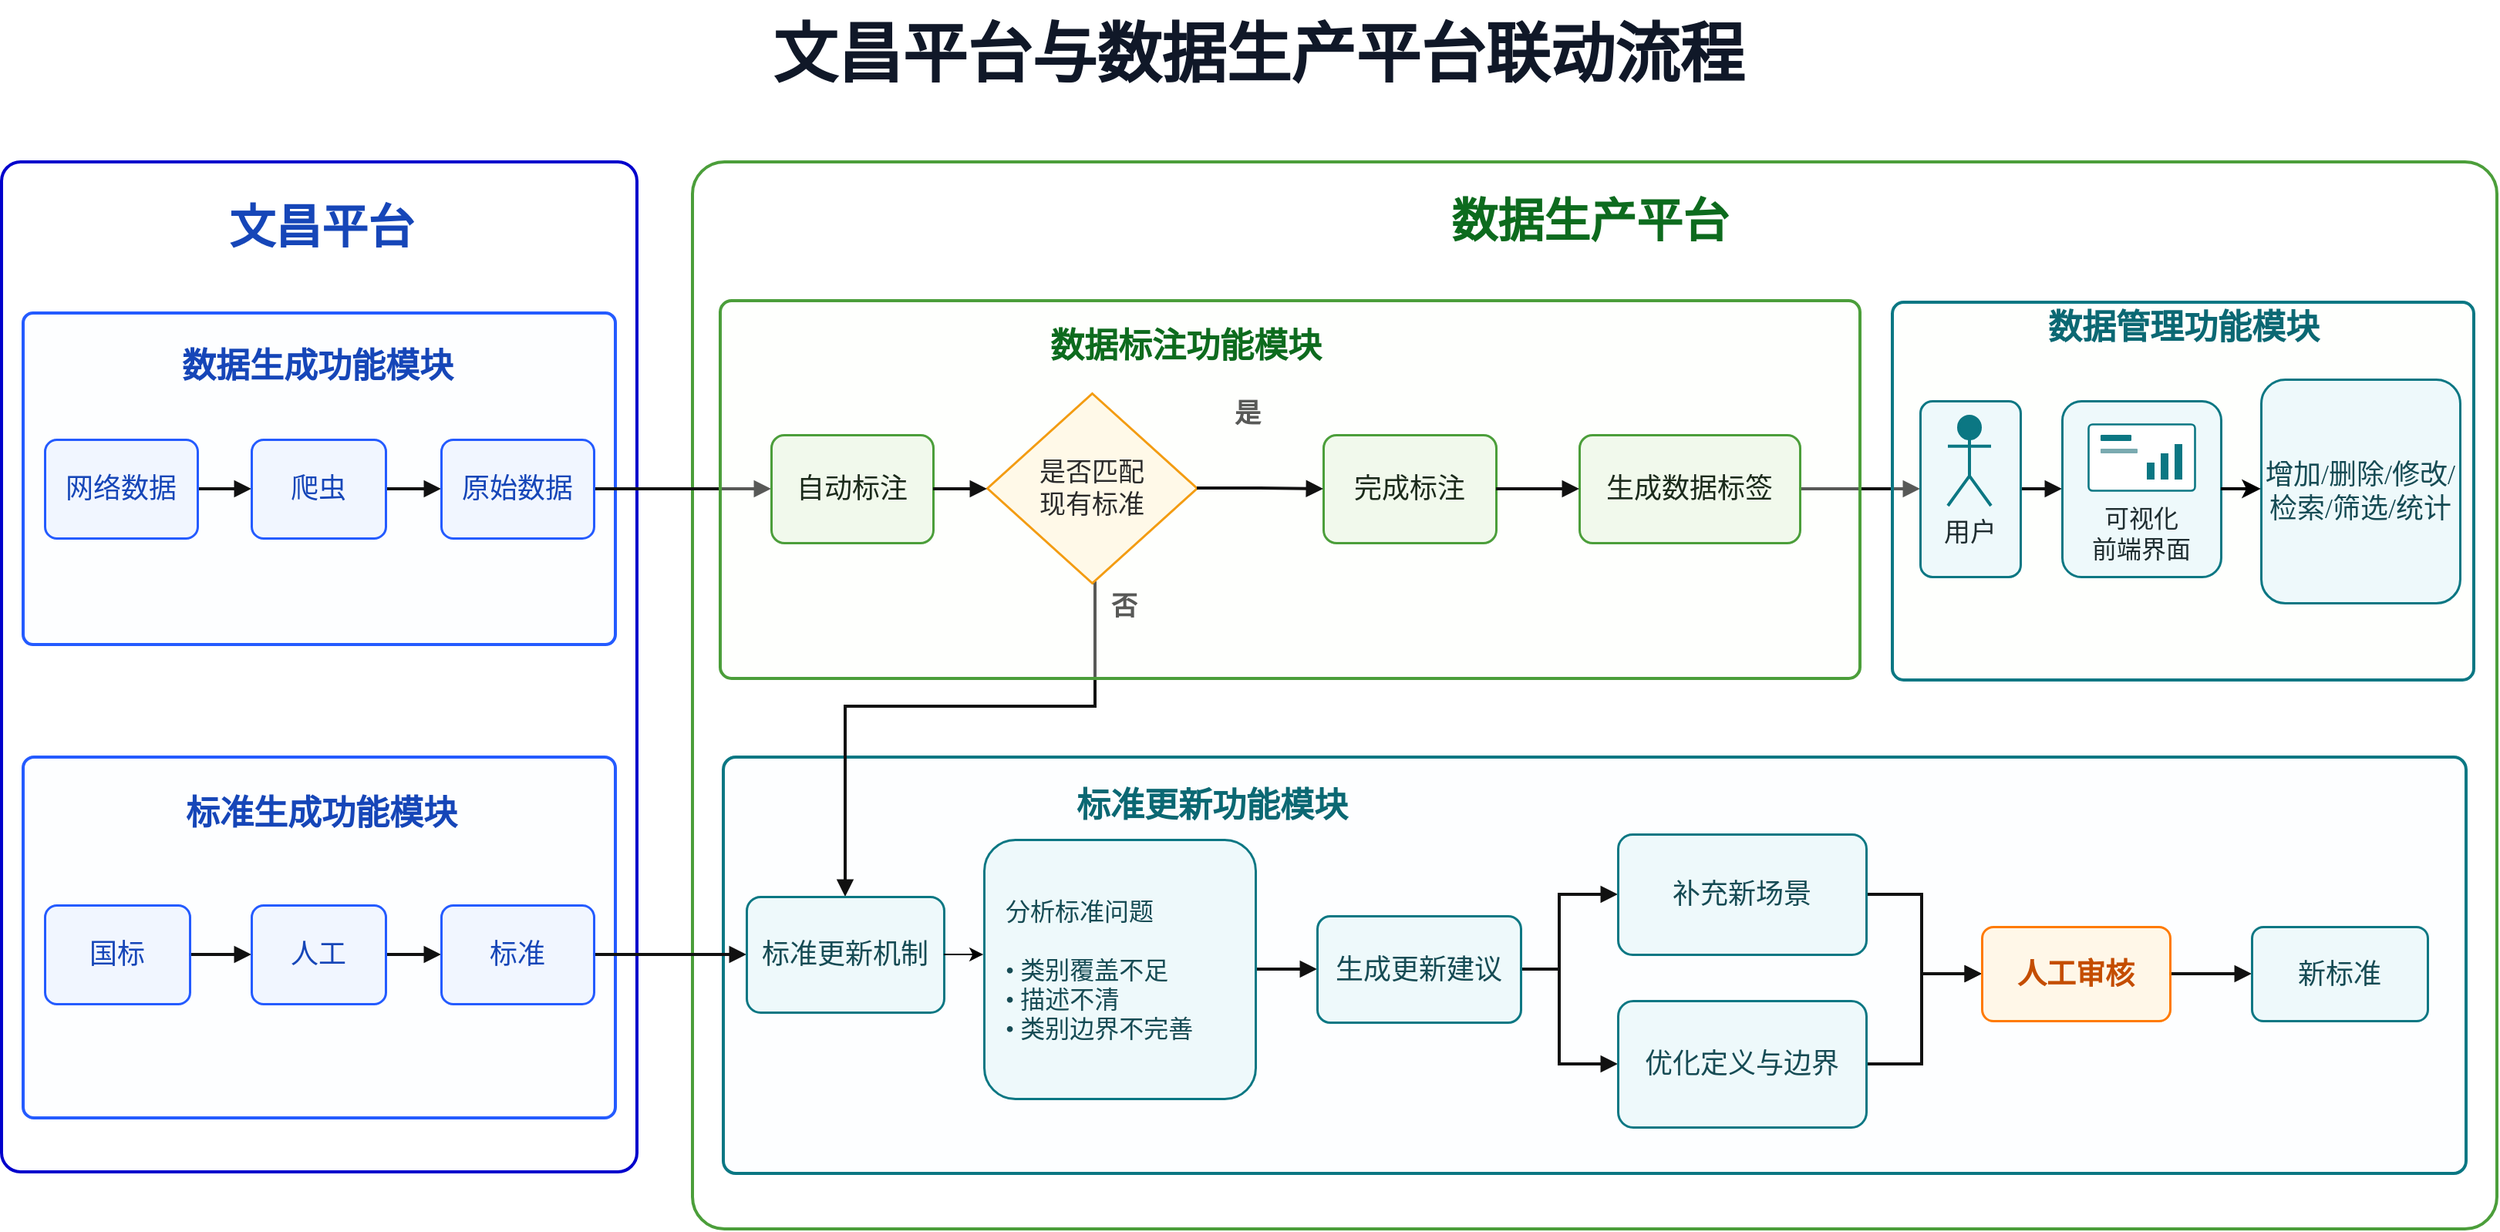
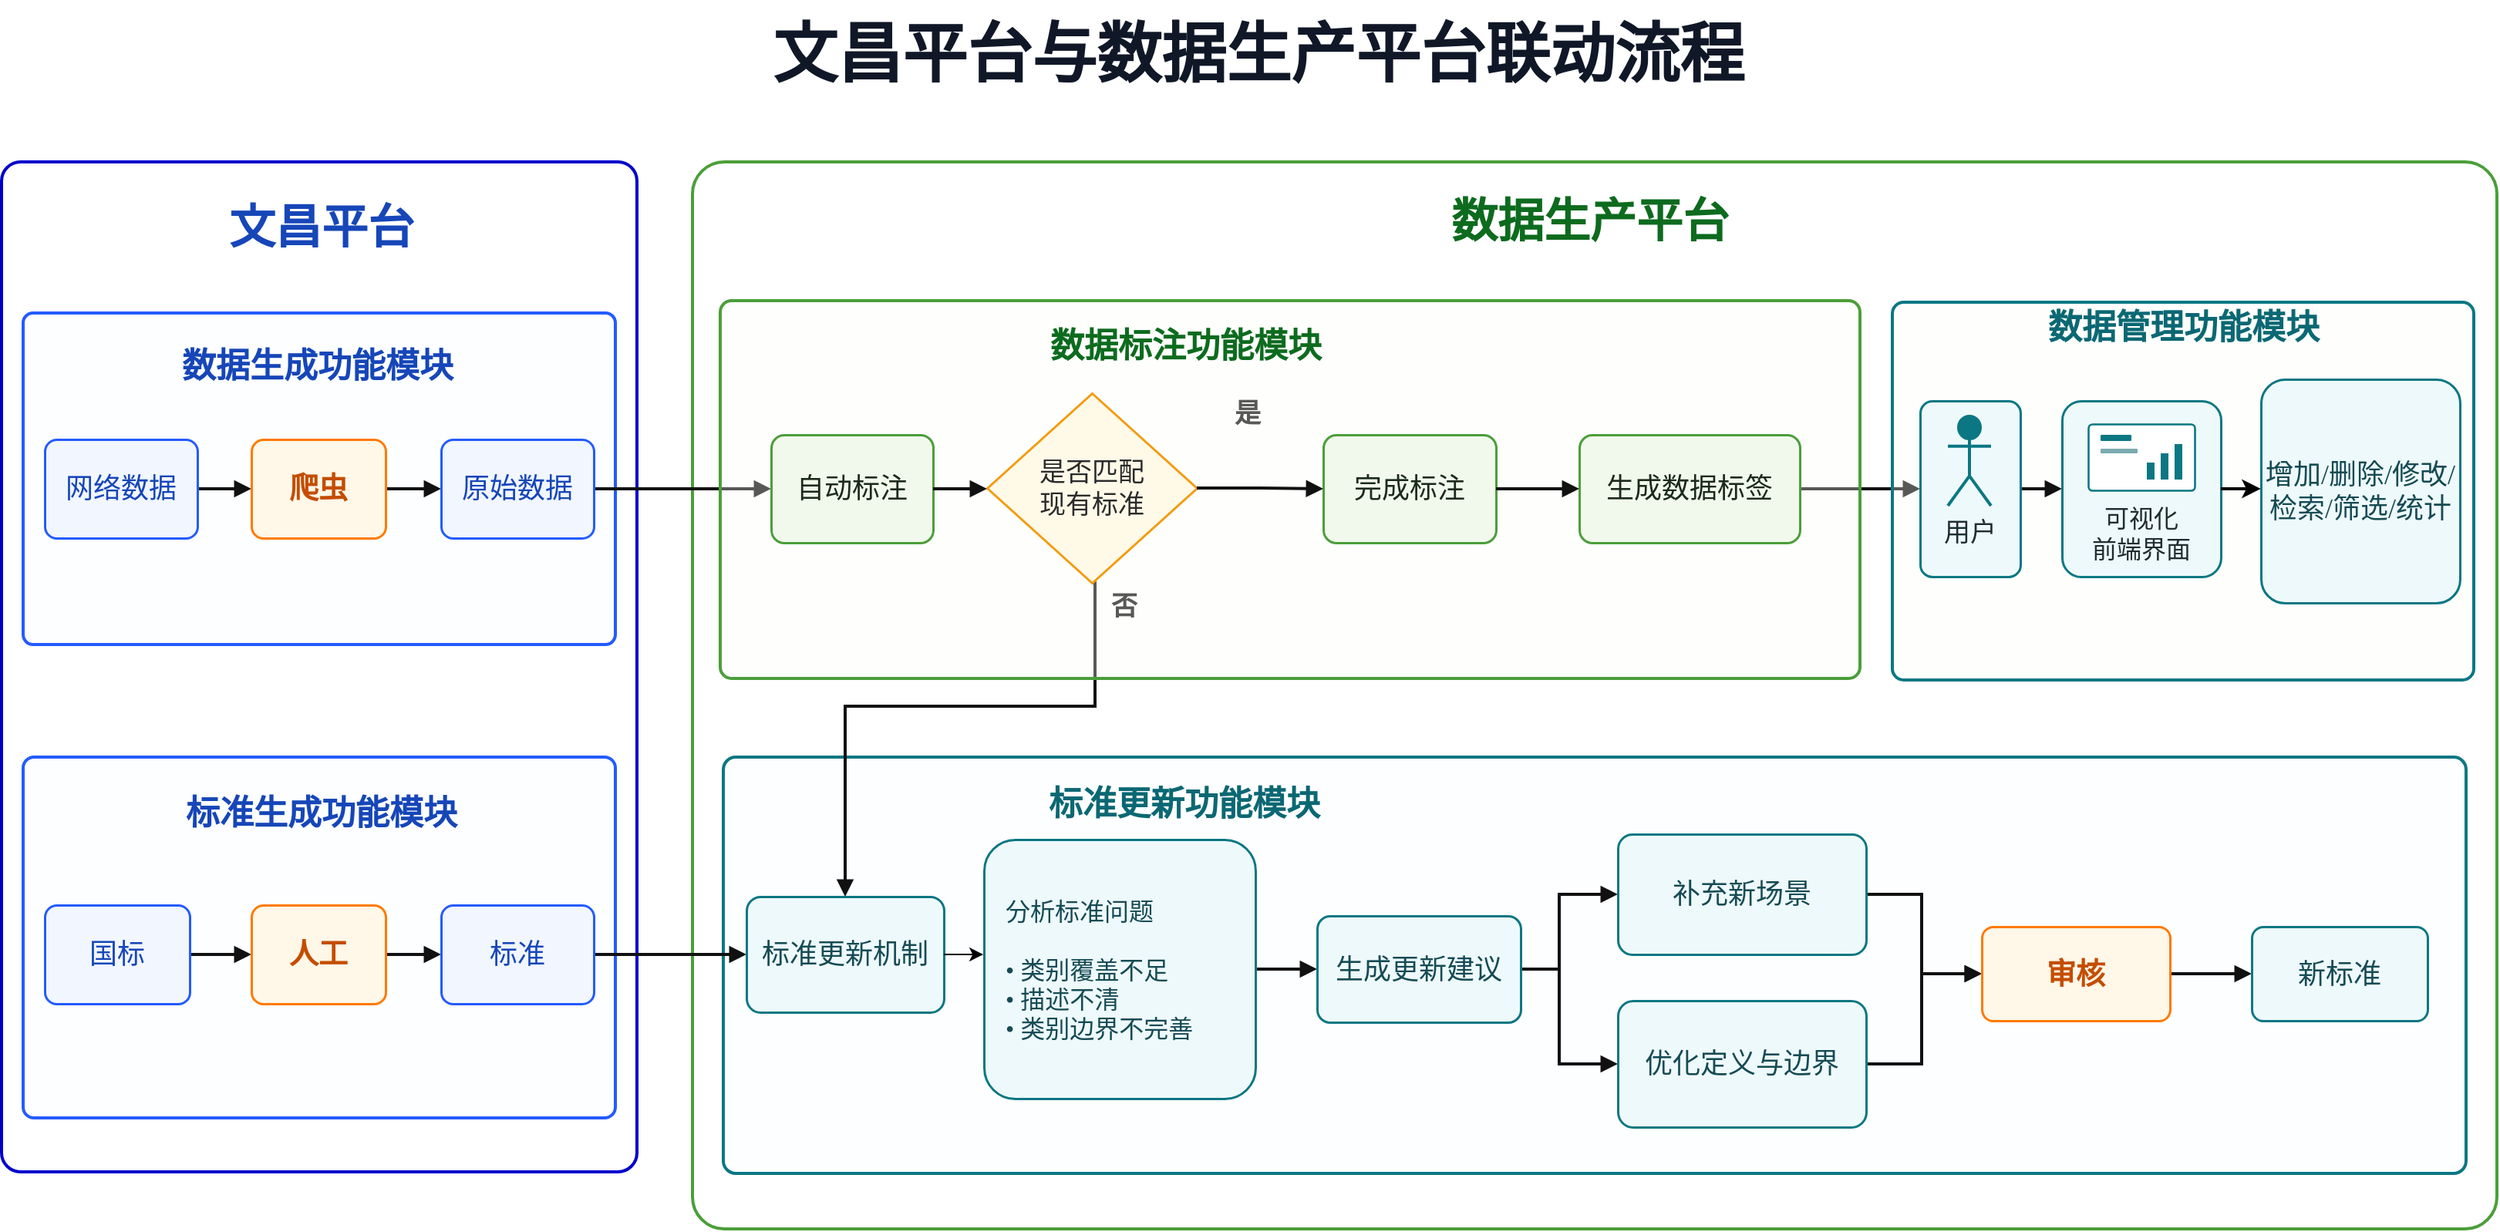
<mxfile host="app.diagrams.net">
  <diagram name="第 1 页" id="4yErZtKO05P3tX7bJs6z">
-     <mxGraphModel dx="2044" dy="1222" grid="1" gridSize="1" guides="1" tooltips="1" connect="1" arrows="1" fold="1" page="1" pageScale="1" pageWidth="1656" pageHeight="928" background="#FFFFFF" math="0" shadow="0">
+     <mxGraphModel dx="1460" dy="873" grid="1" gridSize="1" guides="1" tooltips="1" connect="1" arrows="1" fold="1" page="1" pageScale="1" pageWidth="1656" pageHeight="928" background="#FFFFFF" math="0" shadow="0">
      <root>
        <mxCell id="0" />
        <mxCell id="1" parent="0" />
        <mxCell id="title" parent="1" style="text;html=1;align=center;verticalAlign=middle;whiteSpace=wrap;rounded=0;strokeColor=none;fillColor=none;fontFamily=Microsoft YaHei;fontSize=42;fontStyle=1;fontColor=#101828;" value="文昌平台与数据生产平台联动流程" vertex="1">
          <mxGeometry height="72" width="960" x="350" y="12" as="geometry" />
        </mxCell>
        <mxCell id="left_outer" parent="1" style="rounded=1;arcSize=3;whiteSpace=wrap;html=1;fillColor=none;strokeWidth=2;strokeColor=#0000CC;fillColor=#FFFFFF;fillOpacity=0;" value="" vertex="1">
          <mxGeometry height="655" width="412" x="15" y="117" as="geometry" />
        </mxCell>
        <mxCell id="left_title" parent="1" style="text;html=1;align=center;verticalAlign=middle;whiteSpace=wrap;rounded=0;strokeColor=none;fillColor=none;fontFamily=Microsoft YaHei;fontSize=30;fontStyle=1;fontColor=#1646B8;" value="文昌平台" vertex="1">
          <mxGeometry height="48" width="235" x="105" y="135" as="geometry" />
        </mxCell>
        <mxCell id="right_outer" parent="1" style="rounded=1;arcSize=3;whiteSpace=wrap;html=1;fillColor=none;strokeWidth=2;strokeColor=#4B9E3A;fillColor=#FFFFFF;fillOpacity=0;" value="" vertex="1">
          <mxGeometry height="692" width="1170" x="463" y="117" as="geometry" />
        </mxCell>
        <mxCell id="right_title" parent="1" style="text;html=1;align=center;verticalAlign=middle;whiteSpace=wrap;rounded=0;strokeColor=none;fillColor=none;fontFamily=Microsoft YaHei;fontSize=30;fontStyle=1;fontColor=#0D6B1E;" value="数据生产平台" vertex="1">
          <mxGeometry height="50" width="540" x="775" y="130" as="geometry" />
        </mxCell>
        <mxCell id="data_gen_box" parent="1" style="rounded=1;arcSize=3;whiteSpace=wrap;html=1;fillColor=none;strokeWidth=2;strokeColor=#245BFF;fillColor=#F7FAFF;fillOpacity=30;" value="" vertex="1">
          <mxGeometry height="215" width="384" x="29" y="215" as="geometry" />
        </mxCell>
        <mxCell id="data_gen_title" parent="1" style="text;html=1;align=center;verticalAlign=middle;whiteSpace=wrap;rounded=0;strokeColor=none;fillColor=none;fontFamily=Microsoft YaHei;fontSize=22;fontStyle=1;fontColor=#1646B8;" value="数据生成功能模块" vertex="1">
          <mxGeometry height="43" width="260" x="90" y="228" as="geometry" />
        </mxCell>
        <mxCell id="std_gen_box" parent="1" style="rounded=1;arcSize=3;whiteSpace=wrap;html=1;fillColor=none;strokeWidth=2;strokeColor=#245BFF;fillColor=#F7FAFF;fillOpacity=30;" value="" vertex="1">
          <mxGeometry height="234" width="384" x="29" y="503" as="geometry" />
        </mxCell>
        <mxCell id="std_gen_title" parent="1" style="text;html=1;align=center;verticalAlign=middle;whiteSpace=wrap;rounded=0;strokeColor=none;fillColor=none;fontFamily=Microsoft YaHei;fontSize=22;fontStyle=1;fontColor=#1646B8;" value="标准生成功能模块" vertex="1">
          <mxGeometry height="43" width="285" x="80" y="518" as="geometry" />
        </mxCell>
        <mxCell id="update_box" parent="1" style="rounded=1;arcSize=3;whiteSpace=wrap;html=1;fillColor=none;strokeWidth=2;strokeColor=#0B7783;fillColor=#F7FCFD;fillOpacity=30;" value="" vertex="1">
          <mxGeometry height="270" width="1130" x="483" y="503" as="geometry" />
        </mxCell>
        <mxCell id="update_title" parent="1" style="text;html=1;align=center;verticalAlign=middle;whiteSpace=wrap;rounded=0;strokeColor=none;fillColor=none;fontFamily=Microsoft YaHei;fontSize=22;fontStyle=1;fontColor=#0B6873;" value="标准更新功能模块" vertex="1">
-           <mxGeometry height="42" width="380" x="610" y="514" as="geometry" />
+           <mxGeometry height="42" width="380" x="592" y="513" as="geometry" />
        </mxCell>
        <mxCell id="e_network_crawler" edge="1" parent="1" source="network_data" style="edgeStyle=orthogonalEdgeStyle;rounded=0;orthogonalLoop=1;jettySize=auto;html=1;endArrow=block;endFill=1;strokeColor=#111111;strokeWidth=2;exitX=1;exitY=0.5;entryX=0;entryY=0.5;" target="crawler" value="">
          <mxGeometry relative="1" as="geometry" />
        </mxCell>
        <mxCell id="e_crawler_raw" edge="1" parent="1" source="crawler" style="edgeStyle=orthogonalEdgeStyle;rounded=0;orthogonalLoop=1;jettySize=auto;html=1;endArrow=block;endFill=1;strokeColor=#111111;strokeWidth=2;exitX=1;exitY=0.5;entryX=0;entryY=0.5;" target="raw_data" value="">
          <mxGeometry relative="1" as="geometry" />
        </mxCell>
        <mxCell id="e_national_manual" edge="1" parent="1" source="national_std" style="edgeStyle=orthogonalEdgeStyle;rounded=0;orthogonalLoop=1;jettySize=auto;html=1;endArrow=block;endFill=1;strokeColor=#111111;strokeWidth=2;exitX=1;exitY=0.5;entryX=0;entryY=0.5;" target="manual" value="">
          <mxGeometry relative="1" as="geometry" />
        </mxCell>
        <mxCell id="e_manual_rawstd" edge="1" parent="1" source="manual" style="edgeStyle=orthogonalEdgeStyle;rounded=0;orthogonalLoop=1;jettySize=auto;html=1;endArrow=block;endFill=1;strokeColor=#111111;strokeWidth=2;exitX=1;exitY=0.5;entryX=0;entryY=0.5;" target="raw_std" value="">
          <mxGeometry relative="1" as="geometry" />
        </mxCell>
        <mxCell id="e_raw_auto" edge="1" parent="1" source="raw_data" style="edgeStyle=orthogonalEdgeStyle;rounded=0;orthogonalLoop=1;jettySize=auto;html=1;endArrow=block;endFill=1;strokeColor=#111111;strokeWidth=2;exitX=1;exitY=0.5;entryX=0;entryY=0.5;" target="auto_label" value="">
          <mxGeometry relative="1" as="geometry" />
        </mxCell>
        <mxCell id="e_rawstd_mech" edge="1" parent="1" source="raw_std" style="edgeStyle=orthogonalEdgeStyle;rounded=0;orthogonalLoop=1;jettySize=auto;html=1;endArrow=block;endFill=1;strokeColor=#111111;strokeWidth=2;exitX=1;exitY=0.5;entryX=0;entryY=0.5;" target="update_mechanism" value="">
          <mxGeometry relative="1" as="geometry" />
        </mxCell>
        <mxCell id="e_generate_user" edge="1" parent="1" source="generate_tag" style="edgeStyle=orthogonalEdgeStyle;rounded=0;orthogonalLoop=1;jettySize=auto;html=1;endArrow=block;endFill=1;strokeColor=#111111;strokeWidth=2;exitX=1;exitY=0.5;entryX=0;entryY=0.5;" target="user_box" value="">
          <mxGeometry relative="1" as="geometry" />
        </mxCell>
        <mxCell id="e_decision_update" edge="1" parent="1" source="decision" style="edgeStyle=orthogonalEdgeStyle;rounded=0;orthogonalLoop=1;jettySize=auto;html=1;endArrow=block;endFill=1;strokeColor=#111111;strokeWidth=2;exitX=0.5;exitY=1;entryX=0.5;entryY=0;" target="update_mechanism" value="">
          <mxGeometry relative="1" as="geometry">
            <Array as="points">
              <mxPoint x="724" y="470" />
              <mxPoint x="562" y="470" />
            </Array>
          </mxGeometry>
        </mxCell>
        <mxCell id="e_analysis_suggest" edge="1" parent="1" source="analysis_problem" style="edgeStyle=orthogonalEdgeStyle;rounded=0;orthogonalLoop=1;jettySize=auto;html=1;endArrow=block;endFill=1;strokeColor=#111111;strokeWidth=2;exitX=1;exitY=0.5;entryX=0;entryY=0.5;" target="update_suggestion" value="">
          <mxGeometry relative="1" as="geometry" />
        </mxCell>
        <mxCell id="e_suggest_expand" edge="1" parent="1" source="update_suggestion" style="edgeStyle=orthogonalEdgeStyle;rounded=0;orthogonalLoop=1;jettySize=auto;html=1;endArrow=block;endFill=1;strokeColor=#111111;strokeWidth=2;exitX=1;exitY=0.5;entryX=0;entryY=0.5;" target="expand_category" value="">
          <mxGeometry relative="1" as="geometry">
            <Array as="points">
              <mxPoint x="1025" y="640" />
              <mxPoint x="1025" y="592" />
            </Array>
          </mxGeometry>
        </mxCell>
        <mxCell id="e_suggest_modify" edge="1" parent="1" source="update_suggestion" style="edgeStyle=orthogonalEdgeStyle;rounded=0;orthogonalLoop=1;jettySize=auto;html=1;endArrow=block;endFill=1;strokeColor=#111111;strokeWidth=2;exitX=1;exitY=0.5;entryX=0;entryY=0.5;" target="modify_desc" value="">
          <mxGeometry relative="1" as="geometry">
            <Array as="points">
              <mxPoint x="1025" y="640" />
              <mxPoint x="1025" y="702" />
            </Array>
          </mxGeometry>
        </mxCell>
        <mxCell id="e_expand_review" edge="1" parent="1" source="expand_category" style="edgeStyle=orthogonalEdgeStyle;rounded=0;orthogonalLoop=1;jettySize=auto;html=1;endArrow=block;endFill=1;strokeColor=#111111;strokeWidth=2;exitX=1;exitY=0.5;entryX=0;entryY=0.5;" target="manual_review" value="">
          <mxGeometry relative="1" as="geometry">
            <Array as="points">
              <mxPoint x="1260" y="592" />
              <mxPoint x="1260" y="644" />
            </Array>
          </mxGeometry>
        </mxCell>
        <mxCell id="e_modify_review" edge="1" parent="1" source="modify_desc" style="edgeStyle=orthogonalEdgeStyle;rounded=0;orthogonalLoop=1;jettySize=auto;html=1;endArrow=block;endFill=1;strokeColor=#111111;strokeWidth=2;exitX=1;exitY=0.5;entryX=0;entryY=0.5;" target="manual_review" value="">
          <mxGeometry relative="1" as="geometry">
            <Array as="points">
              <mxPoint x="1260" y="702" />
              <mxPoint x="1260" y="644" />
            </Array>
          </mxGeometry>
        </mxCell>
        <mxCell id="e_review_approved" edge="1" parent="1" source="manual_review" style="edgeStyle=orthogonalEdgeStyle;rounded=0;orthogonalLoop=1;jettySize=auto;html=1;endArrow=block;endFill=1;strokeColor=#111111;strokeWidth=2;exitX=1;exitY=0.5;entryX=0;entryY=0.5;" target="approved" value="">
          <mxGeometry relative="1" as="geometry" />
        </mxCell>
        <mxCell id="network_data" parent="1" style="rounded=1;arcSize=12;whiteSpace=wrap;html=1;align=center;verticalAlign=middle;strokeWidth=1.5;shadow=0;fontFamily=Microsoft YaHei;fontSize=18;fontColor=#1646B8;strokeColor=#245BFF;fillColor=#F1F6FF;" value="网络数据" vertex="1">
          <mxGeometry height="64" width="99" x="43" y="297" as="geometry" />
        </mxCell>
-         <mxCell id="crawler" parent="1" style="rounded=1;arcSize=12;whiteSpace=wrap;html=1;align=center;verticalAlign=middle;strokeWidth=1.5;shadow=0;fontFamily=Microsoft YaHei;fontSize=18;fontColor=#1646B8;strokeColor=#245BFF;fillColor=#F1F6FF;" value="爬虫" vertex="1">
+         <mxCell id="crawler" parent="1" style="rounded=1;arcSize=12;whiteSpace=wrap;html=1;align=center;verticalAlign=middle;strokeWidth=1.5;shadow=0;fontFamily=Microsoft YaHei;fontSize=19;fontColor=#C44D00;strokeColor=#FF7A00;fillColor=#FFF7E8;fontStyle=1;" value="爬虫" vertex="1">
          <mxGeometry height="64" width="87" x="177" y="297" as="geometry" />
        </mxCell>
        <mxCell id="raw_data" parent="1" style="rounded=1;arcSize=12;whiteSpace=wrap;html=1;align=center;verticalAlign=middle;strokeWidth=1.5;shadow=0;fontFamily=Microsoft YaHei;fontSize=18;fontColor=#1646B8;strokeColor=#245BFF;fillColor=#F1F6FF;" value="原始数据" vertex="1">
          <mxGeometry height="64" width="99" x="300" y="297" as="geometry" />
        </mxCell>
        <mxCell id="national_std" parent="1" style="rounded=1;arcSize=12;whiteSpace=wrap;html=1;align=center;verticalAlign=middle;strokeWidth=1.5;shadow=0;fontFamily=Microsoft YaHei;fontSize=18;fontColor=#1646B8;strokeColor=#245BFF;fillColor=#F1F6FF;" value="国标" vertex="1">
          <mxGeometry height="64" width="94" x="43" y="599" as="geometry" />
        </mxCell>
-         <mxCell id="manual" parent="1" style="rounded=1;arcSize=12;whiteSpace=wrap;html=1;align=center;verticalAlign=middle;strokeWidth=1.5;shadow=0;fontFamily=Microsoft YaHei;fontSize=18;fontColor=#1646B8;strokeColor=#245BFF;fillColor=#F1F6FF;" value="人工" vertex="1">
+         <mxCell id="manual" parent="1" style="rounded=1;arcSize=12;whiteSpace=wrap;html=1;align=center;verticalAlign=middle;strokeWidth=1.5;shadow=0;fontFamily=Microsoft YaHei;fontSize=19;fontColor=#C44D00;strokeColor=#FF7A00;fillColor=#FFF7E8;fontStyle=1;" value="人工" vertex="1">
          <mxGeometry height="64" width="87" x="177" y="599" as="geometry" />
        </mxCell>
        <mxCell id="raw_std" parent="1" style="rounded=1;arcSize=12;whiteSpace=wrap;html=1;align=center;verticalAlign=middle;strokeWidth=1.5;shadow=0;fontFamily=Microsoft YaHei;fontSize=18;fontColor=#1646B8;strokeColor=#245BFF;fillColor=#F1F6FF;" value="标准" vertex="1">
          <mxGeometry height="64" width="99" x="300" y="599" as="geometry" />
        </mxCell>
        <mxCell id="update_mechanism" parent="1" style="rounded=1;arcSize=12;whiteSpace=wrap;html=1;align=center;verticalAlign=middle;strokeWidth=1.5;shadow=0;fontFamily=Microsoft YaHei;fontSize=18;fontColor=#164B54;strokeColor=#0B7783;fillColor=#EEF9FB;" value="标准更新机制" vertex="1">
          <mxGeometry height="75" width="128" x="498" y="593.5" as="geometry" />
        </mxCell>
        <mxCell id="analysis_problem" parent="1" style="rounded=1;arcSize=12;whiteSpace=wrap;html=1;align=center;verticalAlign=middle;strokeWidth=1.5;shadow=0;fontFamily=Microsoft YaHei;fontSize=16;fontColor=#164B54;strokeColor=#0B7783;fillColor=#EEF9FB;align=left;spacingLeft=12;" value="分析标准问题&lt;div&gt;&lt;br&gt;&lt;div&gt;• 类别覆盖不足&lt;/div&gt;&lt;div&gt;• 描述不清&lt;/div&gt;&lt;div&gt;• 类别边界不完善&lt;/div&gt;&lt;/div&gt;" vertex="1">
          <mxGeometry height="168" width="176" x="652" y="556.5" as="geometry" />
        </mxCell>
        <mxCell id="update_suggestion" parent="1" style="rounded=1;arcSize=12;whiteSpace=wrap;html=1;align=center;verticalAlign=middle;strokeWidth=1.5;shadow=0;fontFamily=Microsoft YaHei;fontSize=18;fontColor=#164B54;strokeColor=#0B7783;fillColor=#EEF9FB;" value="生成更新建议" vertex="1">
          <mxGeometry height="69" width="132" x="868" y="606" as="geometry" />
        </mxCell>
        <mxCell id="expand_category" parent="1" style="rounded=1;arcSize=12;whiteSpace=wrap;html=1;align=center;verticalAlign=middle;strokeWidth=1.5;shadow=0;fontFamily=Microsoft YaHei;fontSize=18;fontColor=#164B54;strokeColor=#0B7783;fillColor=#EEF9FB;" value="补充新场景" vertex="1">
          <mxGeometry height="78" width="161" x="1063" y="553" as="geometry" />
        </mxCell>
        <mxCell id="modify_desc" parent="1" style="rounded=1;arcSize=12;whiteSpace=wrap;html=1;align=center;verticalAlign=middle;strokeWidth=1.5;shadow=0;fontFamily=Microsoft YaHei;fontSize=18;fontColor=#164B54;strokeColor=#0B7783;fillColor=#EEF9FB;" value="优化定义与边界" vertex="1">
          <mxGeometry height="82" width="161" x="1063" y="661" as="geometry" />
        </mxCell>
-         <mxCell id="manual_review" parent="1" style="rounded=1;arcSize=12;whiteSpace=wrap;html=1;align=center;verticalAlign=middle;strokeWidth=1.5;shadow=0;fontFamily=Microsoft YaHei;fontSize=19;fontStyle=1;fontColor=#C44D00;strokeColor=#FF7A00;fillColor=#FFF7E8;" value="人工审核" vertex="1">
+         <mxCell id="manual_review" parent="1" style="rounded=1;arcSize=12;whiteSpace=wrap;html=1;align=center;verticalAlign=middle;strokeWidth=1.5;shadow=0;fontFamily=Microsoft YaHei;fontSize=19;fontStyle=1;fontColor=#C44D00;strokeColor=#FF7A00;fillColor=#FFF7E8;" value="审核" vertex="1">
          <mxGeometry height="61" width="122" x="1299" y="613" as="geometry" />
        </mxCell>
        <mxCell id="approved" parent="1" style="rounded=1;arcSize=12;whiteSpace=wrap;html=1;align=center;verticalAlign=middle;strokeWidth=1.5;shadow=0;fontFamily=Microsoft YaHei;fontSize=18;fontColor=#164B54;strokeColor=#0B7783;fillColor=#EEF9FB;" value="新标准" vertex="1">
          <mxGeometry height="61" width="114" x="1474" y="613" as="geometry" />
        </mxCell>
        <mxCell id="yes_label" parent="1" style="text;html=1;align=center;verticalAlign=middle;whiteSpace=wrap;rounded=0;strokeColor=none;fillColor=none;fontFamily=Microsoft YaHei;fontSize=17;fontStyle=1;fontColor=#111111;" value="是" vertex="1">
          <mxGeometry height="28" width="38" x="804" y="267" as="geometry" />
        </mxCell>
        <mxCell id="no_label" parent="1" style="text;html=1;align=center;verticalAlign=middle;whiteSpace=wrap;rounded=0;strokeColor=none;fillColor=none;fontFamily=Microsoft YaHei;fontSize=17;fontStyle=1;fontColor=#111111;" value="否" vertex="1">
          <mxGeometry height="28" width="40" x="723" y="392" as="geometry" />
        </mxCell>
        <mxCell id="_MsRrkVGIvv5ZV_jFw_0-2" edge="1" parent="1" source="update_mechanism" style="edgeStyle=orthogonalEdgeStyle;rounded=0;orthogonalLoop=1;jettySize=auto;html=1;exitX=1;exitY=0.5;exitDx=0;exitDy=0;entryX=-0.002;entryY=0.445;entryDx=0;entryDy=0;entryPerimeter=0;" target="analysis_problem">
          <mxGeometry relative="1" as="geometry" />
        </mxCell>
        <mxCell id="_MsRrkVGIvv5ZV_jFw_0-3" connectable="0" parent="1" style="group" value="" vertex="1">
          <mxGeometry height="245" width="739" x="481" y="207" as="geometry" />
        </mxCell>
        <mxCell id="label_box" parent="_MsRrkVGIvv5ZV_jFw_0-3" style="rounded=1;arcSize=3;whiteSpace=wrap;html=1;fillColor=none;strokeWidth=2;strokeColor=#4B9E3A;fillColor=#FBFFF9;fillOpacity=30;" value="" vertex="1">
          <mxGeometry height="245" width="739" as="geometry" />
        </mxCell>
        <mxCell id="label_title" parent="_MsRrkVGIvv5ZV_jFw_0-3" style="text;html=1;align=center;verticalAlign=middle;whiteSpace=wrap;rounded=0;strokeColor=none;fillColor=none;fontFamily=Microsoft YaHei;fontSize=22;fontStyle=1;fontColor=#0D6B1E;" value="数据标注功能模块" vertex="1">
          <mxGeometry height="40" width="340" x="132" y="10" as="geometry" />
        </mxCell>
        <mxCell id="auto_label" parent="_MsRrkVGIvv5ZV_jFw_0-3" style="rounded=1;arcSize=12;whiteSpace=wrap;html=1;align=center;verticalAlign=middle;strokeWidth=1.5;shadow=0;fontFamily=Microsoft YaHei;fontSize=18;fontColor=#1B2A1B;strokeColor=#4B9E3A;fillColor=#F1F9EC;" value="自动标注" vertex="1">
          <mxGeometry height="70" width="105" x="33" y="87" as="geometry" />
        </mxCell>
        <mxCell id="decision" parent="_MsRrkVGIvv5ZV_jFw_0-3" style="rhombus;whiteSpace=wrap;html=1;align=center;verticalAlign=middle;strokeWidth=1.5;fontFamily=Microsoft YaHei;fontSize=17;fontColor=#2B2B2B;strokeColor=#F39C12;fillColor=#FFF9E8;" value="是否匹配&lt;div&gt;现有标准&lt;/div&gt;" vertex="1">
          <mxGeometry height="123" width="136" x="173" y="60" as="geometry" />
        </mxCell>
        <mxCell id="complete_label" parent="_MsRrkVGIvv5ZV_jFw_0-3" style="rounded=1;arcSize=12;whiteSpace=wrap;html=1;align=center;verticalAlign=middle;strokeWidth=1.5;shadow=0;fontFamily=Microsoft YaHei;fontSize=18;fontColor=#1B2A1B;strokeColor=#4B9E3A;fillColor=#F1F9EC;" value="完成标注" vertex="1">
          <mxGeometry height="70" width="112" x="391" y="87" as="geometry" />
        </mxCell>
        <mxCell id="generate_tag" parent="_MsRrkVGIvv5ZV_jFw_0-3" style="rounded=1;arcSize=12;whiteSpace=wrap;html=1;align=center;verticalAlign=middle;strokeWidth=1.5;shadow=0;fontFamily=Microsoft YaHei;fontSize=18;fontColor=#1B2A1B;strokeColor=#4B9E3A;fillColor=#F1F9EC;" value="生成数据标签" vertex="1">
          <mxGeometry height="70" width="143" x="557" y="87" as="geometry" />
        </mxCell>
        <mxCell id="e_auto_decision" edge="1" parent="_MsRrkVGIvv5ZV_jFw_0-3" source="auto_label" style="edgeStyle=orthogonalEdgeStyle;rounded=0;orthogonalLoop=1;jettySize=auto;html=1;endArrow=block;endFill=1;strokeColor=#111111;strokeWidth=2;exitX=1;exitY=0.5;entryX=0;entryY=0.5;" target="decision" value="">
          <mxGeometry relative="1" as="geometry" />
        </mxCell>
        <mxCell id="e_decision_complete" edge="1" parent="_MsRrkVGIvv5ZV_jFw_0-3" source="decision" style="edgeStyle=orthogonalEdgeStyle;rounded=0;orthogonalLoop=1;jettySize=auto;html=1;endArrow=block;endFill=1;strokeColor=#111111;strokeWidth=2;exitX=1;exitY=0.5;entryX=0;entryY=0.5;" target="complete_label" value="">
          <mxGeometry relative="1" as="geometry" />
        </mxCell>
        <mxCell id="e_complete_generate" edge="1" parent="_MsRrkVGIvv5ZV_jFw_0-3" source="complete_label" style="edgeStyle=orthogonalEdgeStyle;rounded=0;orthogonalLoop=1;jettySize=auto;html=1;endArrow=block;endFill=1;strokeColor=#111111;strokeWidth=2;exitX=1;exitY=0.5;entryX=0;entryY=0.5;" target="generate_tag" value="">
          <mxGeometry relative="1" as="geometry" />
        </mxCell>
        <mxCell id="_MsRrkVGIvv5ZV_jFw_0-5" connectable="0" parent="1" style="group" value="" vertex="1">
          <mxGeometry height="245" width="377" x="1241" y="195" as="geometry" />
        </mxCell>
        <mxCell id="management_box" parent="_MsRrkVGIvv5ZV_jFw_0-5" style="rounded=1;arcSize=3;whiteSpace=wrap;html=1;fillColor=#F7FCFD;strokeWidth=2;strokeColor=#0B7783;fillColor=#FBFFF9;fillOpacity=30;align=center;verticalAlign=middle;fontFamily=Helvetica;fontSize=12;fontColor=default;" value="" vertex="1">
          <mxGeometry height="245" width="377" y="13" as="geometry" />
        </mxCell>
        <mxCell id="management_title" parent="_MsRrkVGIvv5ZV_jFw_0-5" style="text;html=1;align=center;verticalAlign=middle;whiteSpace=wrap;rounded=0;strokeColor=none;fillColor=none;fontFamily=Microsoft YaHei;fontSize=22;fontStyle=1;fontColor=#0B6873;" value="数据管理功能模块" vertex="1">
          <mxGeometry height="40" width="300" x="39" y="10" as="geometry" />
        </mxCell>
        <mxCell id="e_user_visual" edge="1" parent="_MsRrkVGIvv5ZV_jFw_0-5" source="user_box" style="edgeStyle=orthogonalEdgeStyle;rounded=0;orthogonalLoop=1;jettySize=auto;html=1;endArrow=block;endFill=1;strokeColor=#111111;strokeWidth=2;exitX=1;exitY=0.5;entryX=0;entryY=0.5;" target="visual_box" value="">
          <mxGeometry relative="1" as="geometry" />
        </mxCell>
        <mxCell id="user_box" parent="_MsRrkVGIvv5ZV_jFw_0-5" style="rounded=1;arcSize=12;whiteSpace=wrap;html=1;align=center;verticalAlign=middle;strokeWidth=1.5;shadow=0;strokeColor=#0B7783;fillColor=#EEF9FB;" value="" vertex="1">
          <mxGeometry height="114" width="65" x="18" y="77" as="geometry" />
        </mxCell>
        <mxCell id="user_icon" parent="_MsRrkVGIvv5ZV_jFw_0-5" style="shape=umlActor;html=1;strokeWidth=2;strokeColor=#0B7783;fillColor=#0B7783;" value="" vertex="1">
          <mxGeometry height="58" width="28" x="36" y="87" as="geometry" />
        </mxCell>
        <mxCell id="user_text" parent="_MsRrkVGIvv5ZV_jFw_0-5" style="text;html=1;align=center;verticalAlign=middle;whiteSpace=wrap;rounded=0;strokeColor=none;fillColor=none;fontFamily=Microsoft YaHei;fontSize=17;fontColor=#1F2D30;" value="用户" vertex="1">
          <mxGeometry height="32" width="65" x="18" y="147" as="geometry" />
        </mxCell>
        <mxCell id="visual_box" parent="_MsRrkVGIvv5ZV_jFw_0-5" style="rounded=1;arcSize=12;whiteSpace=wrap;html=1;align=center;verticalAlign=middle;strokeWidth=1.5;shadow=0;strokeColor=#0B7783;fillColor=#EEF9FB;" value="" vertex="1">
          <mxGeometry height="114" width="103" x="110" y="77" as="geometry" />
        </mxCell>
        <mxCell id="screen" parent="_MsRrkVGIvv5ZV_jFw_0-5" style="rounded=1;arcSize=6;whiteSpace=wrap;html=1;strokeColor=#0B7783;strokeWidth=1.3;fillColor=#FFFFFF;" value="" vertex="1">
          <mxGeometry height="43" width="69" x="127" y="92" as="geometry" />
        </mxCell>
        <mxCell id="screen_line1" parent="_MsRrkVGIvv5ZV_jFw_0-5" style="rounded=1;strokeColor=none;fillColor=#0B7783;" value="" vertex="1">
          <mxGeometry height="4" width="20" x="135" y="99" as="geometry" />
        </mxCell>
        <mxCell id="screen_line2" parent="_MsRrkVGIvv5ZV_jFw_0-5" style="rounded=1;strokeColor=none;fillColor=#7AAAB0;" value="" vertex="1">
          <mxGeometry height="3" width="24" x="135" y="108" as="geometry" />
        </mxCell>
        <mxCell id="bar1" parent="_MsRrkVGIvv5ZV_jFw_0-5" style="rounded=0;strokeColor=none;fillColor=#0B7783;" value="" vertex="1">
          <mxGeometry height="11" width="5" x="165" y="117" as="geometry" />
        </mxCell>
        <mxCell id="bar2" parent="_MsRrkVGIvv5ZV_jFw_0-5" style="rounded=0;strokeColor=none;fillColor=#0B7783;" value="" vertex="1">
          <mxGeometry height="17" width="5" x="174" y="111" as="geometry" />
        </mxCell>
        <mxCell id="bar3" parent="_MsRrkVGIvv5ZV_jFw_0-5" style="rounded=0;strokeColor=none;fillColor=#0B7783;" value="" vertex="1">
          <mxGeometry height="23" width="5" x="183" y="105" as="geometry" />
        </mxCell>
        <mxCell id="visual_text" parent="_MsRrkVGIvv5ZV_jFw_0-5" style="text;html=1;align=center;verticalAlign=middle;whiteSpace=wrap;rounded=0;strokeColor=none;fillColor=none;fontFamily=Microsoft YaHei;fontSize=16;fontStyle=1;fontColor=#1F2D30;" value="&lt;span style=&quot;font-weight: normal;&quot;&gt;可视化&lt;/span&gt;&lt;div&gt;&lt;span style=&quot;font-weight: normal;&quot;&gt;前端界面&lt;/span&gt;&lt;/div&gt;" vertex="1">
          <mxGeometry height="43" width="99" x="112" y="141" as="geometry" />
        </mxCell>
        <mxCell id="data_manage" parent="_MsRrkVGIvv5ZV_jFw_0-5" style="rounded=1;arcSize=12;whiteSpace=wrap;html=1;align=center;verticalAlign=middle;strokeWidth=1.5;fontFamily=Microsoft YaHei;fontSize=18;fontColor=#164B54;strokeColor=#0B7783;fillColor=#EEF9FB;shadow=0;" value="增加/删除/修改/检索/筛选/统计" vertex="1">
          <mxGeometry height="145" width="129" x="239" y="63" as="geometry" />
        </mxCell>
        <mxCell id="_MsRrkVGIvv5ZV_jFw_0-8" edge="1" parent="_MsRrkVGIvv5ZV_jFw_0-5" source="visual_box" style="edgeStyle=orthogonalEdgeStyle;rounded=0;orthogonalLoop=1;jettySize=auto;html=1;exitX=1;exitY=0.5;exitDx=0;exitDy=0;entryX=-0.001;entryY=0.491;entryDx=0;entryDy=0;entryPerimeter=0;strokeWidth=2;" target="data_manage">
          <mxGeometry relative="1" as="geometry" />
        </mxCell>
      </root>
    </mxGraphModel>
  </diagram>
</mxfile>
